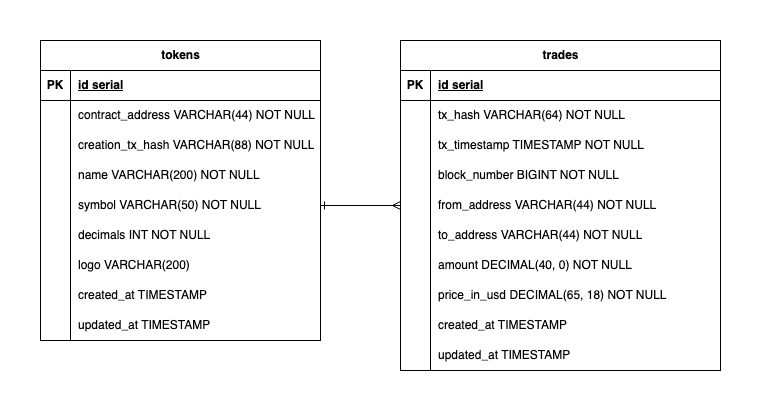
Earlier version of the draw.io export diagrams/entity_relationship_diagram.png (ariessa/calculate_profit_and_loss_backend). Source tidied: cells renumbered, new cells last; positions are measured from the earlier drawing's top-left corner, leaving out a move shared by most shapes.
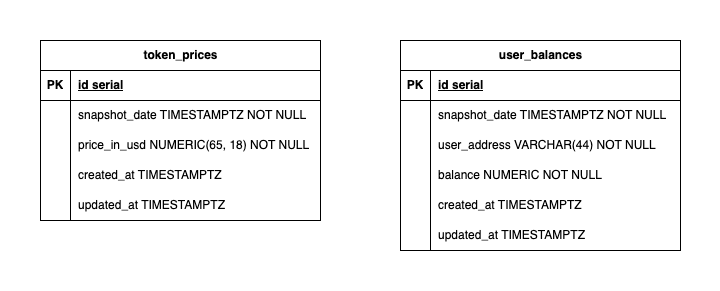
Later version of the same file.

Diff of the diagram source:
```diff
@@ -3,10 +3,10 @@
     <mxCell id="0" />
     <mxCell id="1" parent="0" />
     <mxCell id="2" style="rounded=0;whiteSpace=wrap;html=1;strokeColor=none;" parent="1" vertex="1">
-      <mxGeometry width="760" height="400" as="geometry" />
+      <mxGeometry width="720" height="290" as="geometry" />
     </mxCell>
-    <mxCell id="3" value="tokens" style="shape=table;startSize=30;rowLines=0;fontStyle=1;align=center;html=1;" parent="1" vertex="1">
-      <mxGeometry x="40" y="40" width="280" height="300" as="geometry" />
+    <mxCell id="3" value="token_prices" style="shape=table;startSize=30;rowLines=0;fontStyle=1;align=center;html=1;" parent="1" vertex="1">
+      <mxGeometry x="40" y="40" width="280" height="180" as="geometry" />
     </mxCell>
     <mxCell id="4" style="shape=tableRow;horizontal=0;startSize=0;swimlaneHead=0;swimlaneBody=0;fillColor=none;top=0;left=0;right=0;bottom=1;" parent="3" vertex="1">
       <mxGeometry y="30" width="280" height="30" as="geometry" />
@@ -23,7 +23,7 @@
     <mxCell id="8" style="shape=partialRectangle;fillColor=none;top=0;left=0;bottom=0;right=0;overflow=hidden;whiteSpace=wrap;html=1;" parent="7" vertex="1">
       <mxGeometry width="30" height="30" as="geometry" />
     </mxCell>
-    <mxCell id="9" value="contract_address VARCHAR(44) NOT NULL" style="shape=partialRectangle;fillColor=none;top=0;left=0;bottom=0;right=0;align=left;spacingLeft=6;overflow=hidden;whiteSpace=wrap;html=1;" parent="7" vertex="1">
+    <mxCell id="9" value="snapshot_date TIMESTAMPTZ NOT NULL" style="shape=partialRectangle;fillColor=none;top=0;left=0;bottom=0;right=0;align=left;spacingLeft=6;overflow=hidden;whiteSpace=wrap;html=1;" parent="7" vertex="1">
       <mxGeometry x="30" width="250" height="30" as="geometry" />
     </mxCell>
     <mxCell id="10" style="shape=tableRow;horizontal=0;startSize=0;swimlaneHead=0;swimlaneBody=0;fillColor=none;top=0;left=0;right=0;bottom=0;" parent="3" vertex="1">
@@ -32,7 +32,7 @@
     <mxCell id="11" style="shape=partialRectangle;fillColor=none;top=0;left=0;bottom=0;right=0;overflow=hidden;whiteSpace=wrap;html=1;" parent="10" vertex="1">
       <mxGeometry width="30" height="30" as="geometry" />
     </mxCell>
-    <mxCell id="12" value="creation_tx_hash VARCHAR(88) NOT NULL" style="shape=partialRectangle;fillColor=none;top=0;left=0;bottom=0;right=0;align=left;spacingLeft=6;overflow=hidden;whiteSpace=wrap;html=1;" parent="10" vertex="1">
+    <mxCell id="12" value="price_in_usd NUMERIC(65, 18) NOT NULL" style="shape=partialRectangle;fillColor=none;top=0;left=0;bottom=0;right=0;align=left;spacingLeft=6;overflow=hidden;whiteSpace=wrap;html=1;" parent="10" vertex="1">
       <mxGeometry x="30" width="250" height="30" as="geometry" />
     </mxCell>
     <mxCell id="13" style="shape=tableRow;horizontal=0;startSize=0;swimlaneHead=0;swimlaneBody=0;fillColor=none;top=0;left=0;right=0;bottom=0;" parent="3" vertex="1">
@@ -41,7 +41,7 @@
     <mxCell id="14" style="shape=partialRectangle;fillColor=none;top=0;left=0;bottom=0;right=0;overflow=hidden;whiteSpace=wrap;html=1;" parent="13" vertex="1">
       <mxGeometry width="30" height="30" as="geometry" />
     </mxCell>
-    <mxCell id="15" value="name VARCHAR(200) NOT NULL" style="shape=partialRectangle;fillColor=none;top=0;left=0;bottom=0;right=0;align=left;spacingLeft=6;overflow=hidden;whiteSpace=wrap;html=1;" parent="13" vertex="1">
+    <mxCell id="15" value="created_at TIMESTAMPTZ" style="shape=partialRectangle;fillColor=none;top=0;left=0;bottom=0;right=0;align=left;spacingLeft=6;overflow=hidden;whiteSpace=wrap;html=1;" parent="13" vertex="1">
       <mxGeometry x="30" width="250" height="30" as="geometry" />
     </mxCell>
     <mxCell id="16" style="shape=tableRow;horizontal=0;startSize=0;swimlaneHead=0;swimlaneBody=0;fillColor=none;points=[[0,0.5],[1,0.5]];portConstraint=eastwest;top=0;left=0;right=0;bottom=0;" parent="3" vertex="1">
@@ -50,140 +50,65 @@
     <mxCell id="17" style="shape=partialRectangle;fillColor=none;top=0;left=0;bottom=0;right=0;overflow=hidden;whiteSpace=wrap;html=1;" parent="16" vertex="1">
       <mxGeometry width="30" height="30" as="geometry" />
     </mxCell>
-    <mxCell id="18" value="symbol VARCHAR(50) NOT NULL" style="shape=partialRectangle;fillColor=none;top=0;left=0;bottom=0;right=0;align=left;spacingLeft=6;overflow=hidden;whiteSpace=wrap;html=1;" parent="16" vertex="1">
+    <mxCell id="18" value="updated_at TIMESTAMPTZ" style="shape=partialRectangle;fillColor=none;top=0;left=0;bottom=0;right=0;align=left;spacingLeft=6;overflow=hidden;whiteSpace=wrap;html=1;" parent="16" vertex="1">
       <mxGeometry x="30" width="250" height="30" as="geometry" />
     </mxCell>
-    <mxCell id="19" style="shape=tableRow;horizontal=0;startSize=0;swimlaneHead=0;swimlaneBody=0;fillColor=none;top=0;left=0;right=0;bottom=0;" parent="3" vertex="1">
-      <mxGeometry y="180" width="280" height="30" as="geometry" />
+    <mxCell id="19" value="user_balances" style="shape=table;startSize=30;rowLines=0;fontStyle=1;align=center;html=1;" parent="1" vertex="1">
+      <mxGeometry x="400" y="40" width="280" height="210" as="geometry" />
     </mxCell>
-    <mxCell id="20" style="shape=partialRectangle;fillColor=none;top=0;left=0;bottom=0;right=0;overflow=hidden;whiteSpace=wrap;html=1;" parent="19" vertex="1">
-      <mxGeometry width="30" height="30" as="geometry" />
+    <mxCell id="20" style="shape=tableRow;horizontal=0;startSize=0;swimlaneHead=0;swimlaneBody=0;fillColor=none;top=0;left=0;right=0;bottom=1;" parent="19" vertex="1">
+      <mxGeometry y="30" width="280" height="30" as="geometry" />
     </mxCell>
-    <mxCell id="21" value="decimals INT NOT NULL" style="shape=partialRectangle;fillColor=none;top=0;left=0;bottom=0;right=0;align=left;spacingLeft=6;overflow=hidden;whiteSpace=wrap;html=1;" parent="19" vertex="1">
-      <mxGeometry x="30" width="250" height="30" as="geometry" />
+    <mxCell id="21" value="PK" style="shape=partialRectangle;fillColor=none;top=0;left=0;bottom=0;right=0;fontStyle=1;overflow=hidden;whiteSpace=wrap;html=1;" parent="20" vertex="1">
+      <mxGeometry width="30" height="30" as="geometry" />
     </mxCell>
-    <mxCell id="22" style="shape=tableRow;horizontal=0;startSize=0;swimlaneHead=0;swimlaneBody=0;fillColor=none;top=0;left=0;right=0;bottom=0;" parent="3" vertex="1">
-      <mxGeometry y="210" width="280" height="30" as="geometry" />
+    <mxCell id="22" value="id serial" style="shape=partialRectangle;fillColor=none;top=0;left=0;bottom=0;right=0;align=left;spacingLeft=6;fontStyle=5;overflow=hidden;whiteSpace=wrap;html=1;" parent="20" vertex="1">
+      <mxGeometry x="30" width="250" height="30" as="geometry" />
     </mxCell>
-    <mxCell id="23" style="shape=partialRectangle;fillColor=none;top=0;left=0;bottom=0;right=0;overflow=hidden;whiteSpace=wrap;html=1;" parent="22" vertex="1">
-      <mxGeometry width="30" height="30" as="geometry" />
+    <mxCell id="23" style="shape=tableRow;horizontal=0;startSize=0;swimlaneHead=0;swimlaneBody=0;fillColor=none;top=0;left=0;right=0;bottom=0;" parent="19" vertex="1">
+      <mxGeometry y="60" width="280" height="30" as="geometry" />
     </mxCell>
-    <mxCell id="24" value="logo VARCHAR(200)" style="shape=partialRectangle;fillColor=none;top=0;left=0;bottom=0;right=0;align=left;spacingLeft=6;overflow=hidden;whiteSpace=wrap;html=1;" parent="22" vertex="1">
-      <mxGeometry x="30" width="250" height="30" as="geometry" />
+    <mxCell id="24" style="shape=partialRectangle;fillColor=none;top=0;left=0;bottom=0;right=0;overflow=hidden;whiteSpace=wrap;html=1;" parent="23" vertex="1">
+      <mxGeometry width="30" height="30" as="geometry" />
     </mxCell>
-    <mxCell id="25" style="shape=tableRow;horizontal=0;startSize=0;swimlaneHead=0;swimlaneBody=0;fillColor=none;top=0;left=0;right=0;bottom=0;" parent="3" vertex="1">
-      <mxGeometry y="240" width="280" height="30" as="geometry" />
+    <mxCell id="25" value="snapshot_date TIMESTAMPTZ NOT NULL" style="shape=partialRectangle;fillColor=none;top=0;left=0;bottom=0;right=0;align=left;spacingLeft=6;overflow=hidden;whiteSpace=wrap;html=1;" parent="23" vertex="1">
+      <mxGeometry x="30" width="250" height="30" as="geometry" />
     </mxCell>
-    <mxCell id="26" style="shape=partialRectangle;fillColor=none;top=0;left=0;bottom=0;right=0;overflow=hidden;whiteSpace=wrap;html=1;" parent="25" vertex="1">
-      <mxGeometry width="30" height="30" as="geometry" />
+    <mxCell id="26" style="shape=tableRow;horizontal=0;startSize=0;swimlaneHead=0;swimlaneBody=0;fillColor=none;top=0;left=0;right=0;bottom=0;" parent="19" vertex="1">
+      <mxGeometry y="90" width="280" height="30" as="geometry" />
     </mxCell>
-    <mxCell id="27" value="created_at TIMESTAMP" style="shape=partialRectangle;fillColor=none;top=0;left=0;bottom=0;right=0;align=left;spacingLeft=6;overflow=hidden;whiteSpace=wrap;html=1;" parent="25" vertex="1">
-      <mxGeometry x="30" width="250" height="30" as="geometry" />
+    <mxCell id="27" style="shape=partialRectangle;fillColor=none;top=0;left=0;bottom=0;right=0;overflow=hidden;whiteSpace=wrap;html=1;" parent="26" vertex="1">
+      <mxGeometry width="30" height="30" as="geometry" />
     </mxCell>
-    <mxCell id="28" style="shape=tableRow;horizontal=0;startSize=0;swimlaneHead=0;swimlaneBody=0;fillColor=none;top=0;left=0;right=0;bottom=0;" parent="3" vertex="1">
-      <mxGeometry y="270" width="280" height="30" as="geometry" />
+    <mxCell id="28" value="user_address VARCHAR(44) NOT NULL" style="shape=partialRectangle;fillColor=none;top=0;left=0;bottom=0;right=0;align=left;spacingLeft=6;overflow=hidden;whiteSpace=wrap;html=1;" parent="26" vertex="1">
+      <mxGeometry x="30" width="250" height="30" as="geometry" />
     </mxCell>
-    <mxCell id="29" style="shape=partialRectangle;fillColor=none;top=0;left=0;bottom=0;right=0;overflow=hidden;whiteSpace=wrap;html=1;" parent="28" vertex="1">
-      <mxGeometry width="30" height="30" as="geometry" />
+    <mxCell id="29" style="shape=tableRow;horizontal=0;startSize=0;swimlaneHead=0;swimlaneBody=0;fillColor=none;top=0;left=0;right=0;bottom=0;" parent="19" vertex="1">
+      <mxGeometry y="120" width="280" height="30" as="geometry" />
     </mxCell>
-    <mxCell id="30" value="updated_at TIMESTAMP" style="shape=partialRectangle;fillColor=none;top=0;left=0;bottom=0;right=0;align=left;spacingLeft=6;overflow=hidden;whiteSpace=wrap;html=1;" parent="28" vertex="1">
-      <mxGeometry x="30" width="250" height="30" as="geometry" />
+    <mxCell id="30" style="shape=partialRectangle;fillColor=none;top=0;left=0;bottom=0;right=0;overflow=hidden;whiteSpace=wrap;html=1;" parent="29" vertex="1">
+      <mxGeometry width="30" height="30" as="geometry" />
     </mxCell>
-    <mxCell id="31" value="trades" style="shape=table;startSize=30;rowLines=0;fontStyle=1;align=center;html=1;" parent="1" vertex="1">
-      <mxGeometry x="400" y="40" width="320" height="330" as="geometry" />
+    <mxCell id="31" value="balance NUMERIC NOT NULL" style="shape=partialRectangle;fillColor=none;top=0;left=0;bottom=0;right=0;align=left;spacingLeft=6;overflow=hidden;whiteSpace=wrap;html=1;" parent="29" vertex="1">
+      <mxGeometry x="30" width="250" height="30" as="geometry" />
     </mxCell>
-    <mxCell id="32" style="shape=tableRow;horizontal=0;startSize=0;swimlaneHead=0;swimlaneBody=0;fillColor=none;top=0;left=0;right=0;bottom=1;" parent="31" vertex="1">
-      <mxGeometry y="30" width="320" height="30" as="geometry" />
+    <mxCell id="32" style="shape=tableRow;horizontal=0;startSize=0;swimlaneHead=0;swimlaneBody=0;fillColor=none;top=0;left=0;right=0;bottom=0;" parent="19" vertex="1">
+      <mxGeometry y="150" width="280" height="30" as="geometry" />
     </mxCell>
-    <mxCell id="33" value="PK" style="shape=partialRectangle;fillColor=none;top=0;left=0;bottom=0;right=0;fontStyle=1;overflow=hidden;whiteSpace=wrap;html=1;" parent="32" vertex="1">
+    <mxCell id="33" style="shape=partialRectangle;fillColor=none;top=0;left=0;bottom=0;right=0;overflow=hidden;whiteSpace=wrap;html=1;" parent="32" vertex="1">
       <mxGeometry width="30" height="30" as="geometry" />
     </mxCell>
-    <mxCell id="34" value="id serial" style="shape=partialRectangle;fillColor=none;top=0;left=0;bottom=0;right=0;align=left;spacingLeft=6;fontStyle=5;overflow=hidden;whiteSpace=wrap;html=1;" parent="32" vertex="1">
-      <mxGeometry x="30" width="290" height="30" as="geometry" />
+    <mxCell id="34" value="created_at TIMESTAMPTZ" style="shape=partialRectangle;fillColor=none;top=0;left=0;bottom=0;right=0;align=left;spacingLeft=6;overflow=hidden;whiteSpace=wrap;html=1;" parent="32" vertex="1">
+      <mxGeometry x="30" width="250" height="30" as="geometry" />
     </mxCell>
-    <mxCell id="35" style="shape=tableRow;horizontal=0;startSize=0;swimlaneHead=0;swimlaneBody=0;fillColor=none;top=0;left=0;right=0;bottom=0;" parent="31" vertex="1">
-      <mxGeometry y="60" width="320" height="30" as="geometry" />
+    <mxCell id="35" style="shape=tableRow;horizontal=0;startSize=0;swimlaneHead=0;swimlaneBody=0;fillColor=none;top=0;left=0;right=0;bottom=0;" parent="19" vertex="1">
+      <mxGeometry y="180" width="280" height="30" as="geometry" />
     </mxCell>
     <mxCell id="36" style="shape=partialRectangle;fillColor=none;top=0;left=0;bottom=0;right=0;overflow=hidden;whiteSpace=wrap;html=1;" parent="35" vertex="1">
       <mxGeometry width="30" height="30" as="geometry" />
     </mxCell>
-    <mxCell id="37" value="tx_hash VARCHAR(64) NOT NULL" style="shape=partialRectangle;fillColor=none;top=0;left=0;bottom=0;right=0;align=left;spacingLeft=6;overflow=hidden;whiteSpace=wrap;html=1;" parent="35" vertex="1">
-      <mxGeometry x="30" width="290" height="30" as="geometry" />
+    <mxCell id="37" value="updated_at TIMESTAMPTZ" style="shape=partialRectangle;fillColor=none;top=0;left=0;bottom=0;right=0;align=left;spacingLeft=6;overflow=hidden;whiteSpace=wrap;html=1;" parent="35" vertex="1">
+      <mxGeometry x="30" width="250" height="30" as="geometry" />
     </mxCell>
-    <mxCell id="38" style="shape=tableRow;horizontal=0;startSize=0;swimlaneHead=0;swimlaneBody=0;fillColor=none;top=0;left=0;right=0;bottom=0;" parent="31" vertex="1">
-      <mxGeometry y="90" width="320" height="30" as="geometry" />
-    </mxCell>
-    <mxCell id="39" style="shape=partialRectangle;fillColor=none;top=0;left=0;bottom=0;right=0;overflow=hidden;whiteSpace=wrap;html=1;" parent="38" vertex="1">
-      <mxGeometry width="30" height="30" as="geometry" />
-    </mxCell>
-    <mxCell id="40" value="tx_timestamp TIMESTAMP NOT NULL" style="shape=partialRectangle;fillColor=none;top=0;left=0;bottom=0;right=0;align=left;spacingLeft=6;overflow=hidden;whiteSpace=wrap;html=1;" parent="38" vertex="1">
-      <mxGeometry x="30" width="290" height="30" as="geometry" />
-    </mxCell>
-    <mxCell id="41" style="shape=tableRow;horizontal=0;startSize=0;swimlaneHead=0;swimlaneBody=0;fillColor=none;top=0;left=0;right=0;bottom=0;" parent="31" vertex="1">
-      <mxGeometry y="120" width="320" height="30" as="geometry" />
-    </mxCell>
-    <mxCell id="42" style="shape=partialRectangle;fillColor=none;top=0;left=0;bottom=0;right=0;overflow=hidden;whiteSpace=wrap;html=1;" parent="41" vertex="1">
-      <mxGeometry width="30" height="30" as="geometry" />
-    </mxCell>
-    <mxCell id="43" value="block_number BIGINT NOT NULL" style="shape=partialRectangle;fillColor=none;top=0;left=0;bottom=0;right=0;align=left;spacingLeft=6;overflow=hidden;whiteSpace=wrap;html=1;" parent="41" vertex="1">
-      <mxGeometry x="30" width="290" height="30" as="geometry" />
-    </mxCell>
-    <mxCell id="44" style="shape=tableRow;horizontal=0;startSize=0;swimlaneHead=0;swimlaneBody=0;fillColor=none;points=[[0,0.5],[1,0.5]];portConstraint=eastwest;top=0;left=0;right=0;bottom=0;" parent="31" vertex="1">
-      <mxGeometry y="150" width="320" height="30" as="geometry" />
-    </mxCell>
-    <mxCell id="45" style="shape=partialRectangle;fillColor=none;top=0;left=0;bottom=0;right=0;overflow=hidden;whiteSpace=wrap;html=1;" parent="44" vertex="1">
-      <mxGeometry width="30" height="30" as="geometry" />
-    </mxCell>
-    <mxCell id="46" value="from_address VARCHAR(44) NOT NULL" style="shape=partialRectangle;fillColor=none;top=0;left=0;bottom=0;right=0;align=left;spacingLeft=6;overflow=hidden;whiteSpace=wrap;html=1;" parent="44" vertex="1">
-      <mxGeometry x="30" width="290" height="30" as="geometry" />
-    </mxCell>
-    <mxCell id="47" style="shape=tableRow;horizontal=0;startSize=0;swimlaneHead=0;swimlaneBody=0;fillColor=none;top=0;left=0;right=0;bottom=0;" parent="31" vertex="1">
-      <mxGeometry y="180" width="320" height="30" as="geometry" />
-    </mxCell>
-    <mxCell id="48" style="shape=partialRectangle;fillColor=none;top=0;left=0;bottom=0;right=0;overflow=hidden;whiteSpace=wrap;html=1;" parent="47" vertex="1">
-      <mxGeometry width="30" height="30" as="geometry" />
-    </mxCell>
-    <mxCell id="49" value="to_address VARCHAR(44) NOT NULL" style="shape=partialRectangle;fillColor=none;top=0;left=0;bottom=0;right=0;align=left;spacingLeft=6;overflow=hidden;whiteSpace=wrap;html=1;" parent="47" vertex="1">
-      <mxGeometry x="30" width="290" height="30" as="geometry" />
-    </mxCell>
-    <mxCell id="50" style="shape=tableRow;horizontal=0;startSize=0;swimlaneHead=0;swimlaneBody=0;fillColor=none;top=0;left=0;right=0;bottom=0;" parent="31" vertex="1">
-      <mxGeometry y="210" width="320" height="30" as="geometry" />
-    </mxCell>
-    <mxCell id="51" style="shape=partialRectangle;fillColor=none;top=0;left=0;bottom=0;right=0;overflow=hidden;whiteSpace=wrap;html=1;" parent="50" vertex="1">
-      <mxGeometry width="30" height="30" as="geometry" />
-    </mxCell>
-    <mxCell id="52" value="amount DECIMAL(40, 0) NOT NULL" style="shape=partialRectangle;fillColor=none;top=0;left=0;bottom=0;right=0;align=left;spacingLeft=6;overflow=hidden;whiteSpace=wrap;html=1;" parent="50" vertex="1">
-      <mxGeometry x="30" width="290" height="30" as="geometry" />
-    </mxCell>
-    <mxCell id="53" style="shape=tableRow;horizontal=0;startSize=0;swimlaneHead=0;swimlaneBody=0;fillColor=none;top=0;left=0;right=0;bottom=0;" parent="31" vertex="1">
-      <mxGeometry y="240" width="320" height="30" as="geometry" />
-    </mxCell>
-    <mxCell id="54" style="shape=partialRectangle;fillColor=none;top=0;left=0;bottom=0;right=0;overflow=hidden;whiteSpace=wrap;html=1;" parent="53" vertex="1">
-      <mxGeometry width="30" height="30" as="geometry" />
-    </mxCell>
-    <mxCell id="55" value="price_in_usd DECIMAL(65, 18) NOT NULL" style="shape=partialRectangle;fillColor=none;top=0;left=0;bottom=0;right=0;align=left;spacingLeft=6;overflow=hidden;whiteSpace=wrap;html=1;" parent="53" vertex="1">
-      <mxGeometry x="30" width="290" height="30" as="geometry" />
-    </mxCell>
-    <mxCell id="56" style="shape=tableRow;horizontal=0;startSize=0;swimlaneHead=0;swimlaneBody=0;fillColor=none;top=0;left=0;right=0;bottom=0;" parent="31" vertex="1">
-      <mxGeometry y="270" width="320" height="30" as="geometry" />
-    </mxCell>
-    <mxCell id="57" style="shape=partialRectangle;fillColor=none;top=0;left=0;bottom=0;right=0;overflow=hidden;whiteSpace=wrap;html=1;" parent="56" vertex="1">
-      <mxGeometry width="30" height="30" as="geometry" />
-    </mxCell>
-    <mxCell id="58" value="created_at TIMESTAMP" style="shape=partialRectangle;fillColor=none;top=0;left=0;bottom=0;right=0;align=left;spacingLeft=6;overflow=hidden;whiteSpace=wrap;html=1;" parent="56" vertex="1">
-      <mxGeometry x="30" width="290" height="30" as="geometry" />
-    </mxCell>
-    <mxCell id="59" style="shape=tableRow;horizontal=0;startSize=0;swimlaneHead=0;swimlaneBody=0;fillColor=none;top=0;left=0;right=0;bottom=0;" parent="31" vertex="1">
-      <mxGeometry y="300" width="320" height="30" as="geometry" />
-    </mxCell>
-    <mxCell id="60" style="shape=partialRectangle;fillColor=none;top=0;left=0;bottom=0;right=0;overflow=hidden;whiteSpace=wrap;html=1;" parent="59" vertex="1">
-      <mxGeometry width="30" height="30" as="geometry" />
-    </mxCell>
-    <mxCell id="61" value="updated_at TIMESTAMP" style="shape=partialRectangle;fillColor=none;top=0;left=0;bottom=0;right=0;align=left;spacingLeft=6;overflow=hidden;whiteSpace=wrap;html=1;" parent="59" vertex="1">
-      <mxGeometry x="30" width="290" height="30" as="geometry" />
-    </mxCell>
-    <mxCell id="62" style="edgeStyle=orthogonalEdgeStyle;rounded=0;jettySize=auto;html=1;exitX=1;exitY=0.5;exitDx=0;exitDy=0;entryX=0;entryY=0.5;entryDx=0;entryDy=0;endArrow=ERmany;endFill=0;startArrow=ERone;startFill=0;" parent="1" edge="1" source="16" target="44">
-      <mxGeometry relative="1" as="geometry" />
-    </mxCell>
   </root>
 </mxGraphModel>
```
